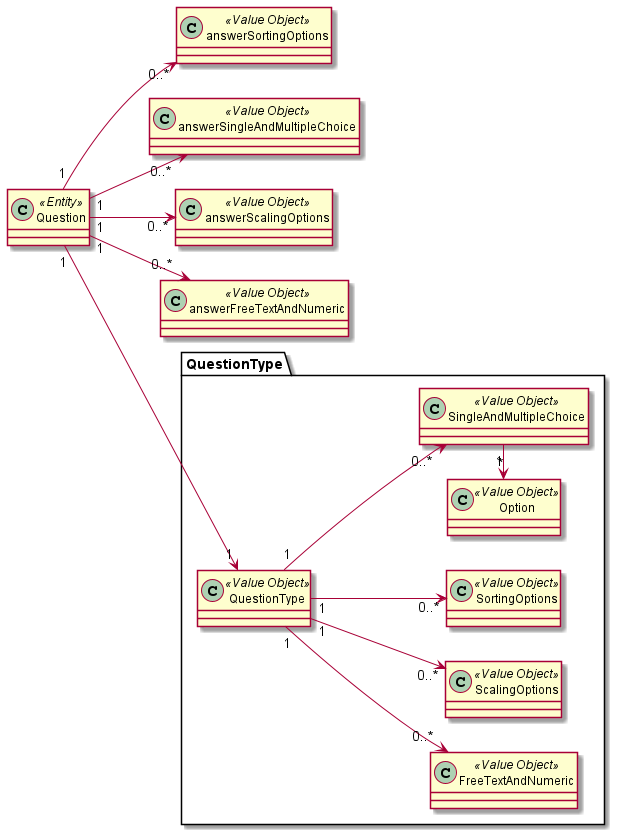
Earlier version of the PlantUML export Documentation/Geral/AgregadoQuestion.png (LourencoMelo/ISEP-EAPLI).
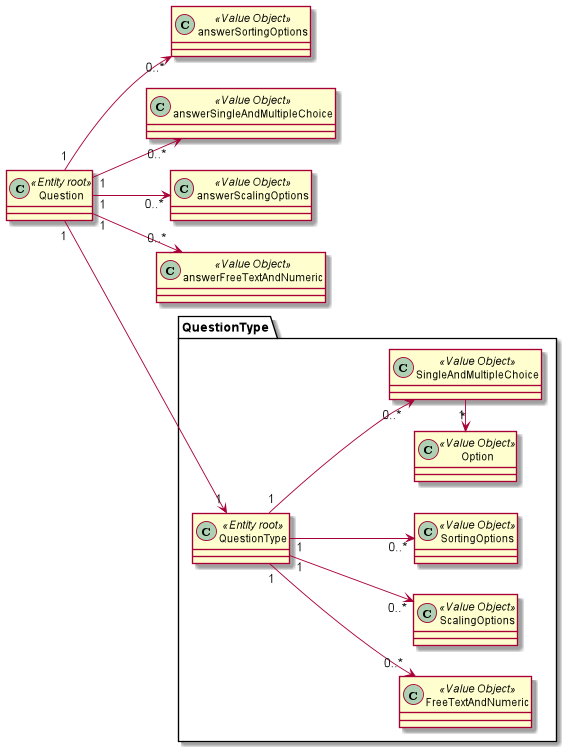
After the commit.

What changed in the source:
```diff
@@ -2,9 +2,9 @@
 
 left to right direction
 
-Question <<Entity>>
+Question <<Entity root>>
 package QuestionType {
-QuestionType <<Value Object>>
+QuestionType <<Entity root>>
 FreeTextAndNumeric  <<Value Object>>
 SingleAndMultipleChoice  <<Value Object>>
 ScalingOptions  <<Value Object>>
```
